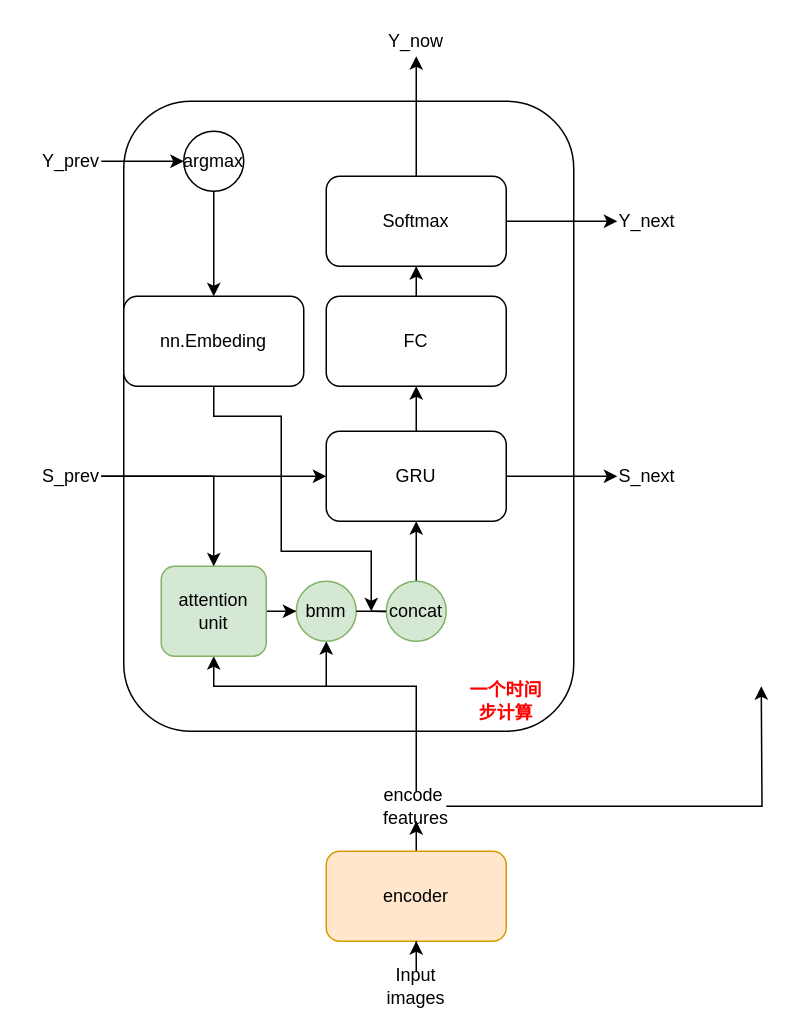
Above: aster&crnn... Diagram.drawio in yunfeiooo/draw.io (draw.io), before the change. Source tidied: cells renumbered, new cells numbered last; positions are measured from the earlier drawing's top-left corner, leaving out a move shared by most shapes. Both pictures are drawn from the tidied source at 150%, with x=0, y=0 at pixel (40, 26).
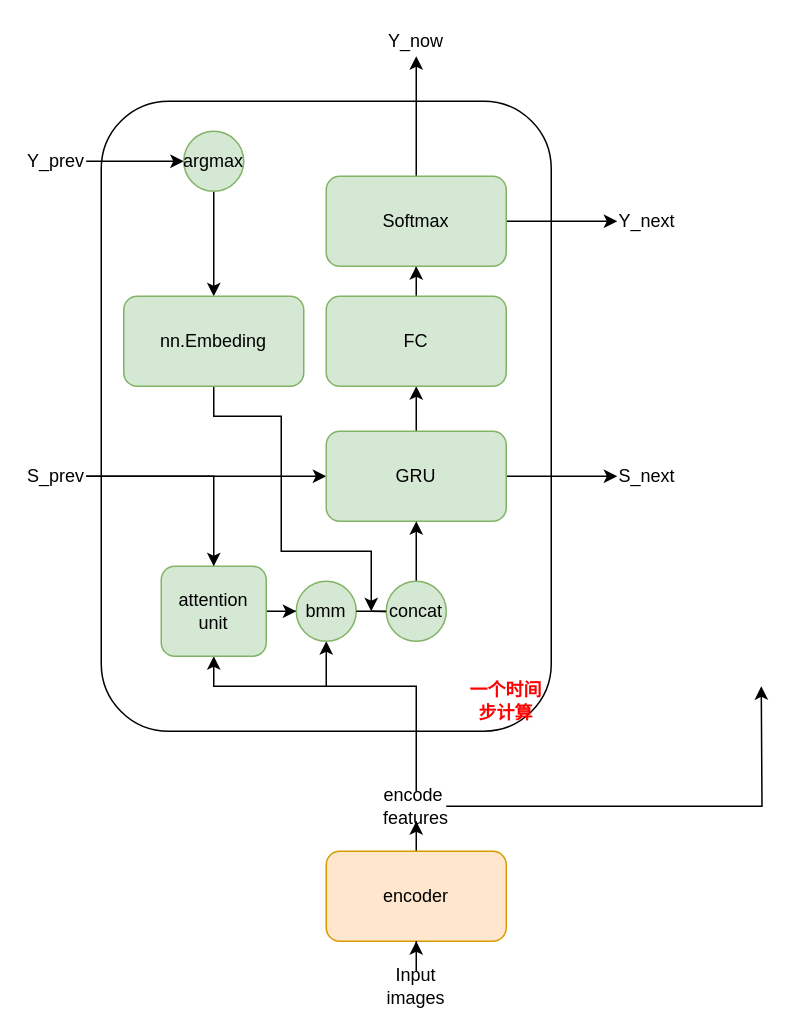
Above is the later version.

The edit, as a diff of the source:
```diff
@@
     <mxCell id="2" style="rounded=1;whiteSpace=wrap;html=1;" parent="1" vertex="1">
-      <mxGeometry x="55" y="50" width="300" height="420" as="geometry" />
+      <mxGeometry x="40" y="50" width="300" height="420" as="geometry" />
     </mxCell>
@@
     <mxCell id="15" value="S_prev" style="text;html=1;strokeColor=none;fillColor=none;align=center;verticalAlign=middle;whiteSpace=wrap;rounded=0;" parent="1" vertex="1">
-      <mxGeometry y="290" width="40" height="20" as="geometry" />
+      <mxGeometry x="-10" y="290" width="40" height="20" as="geometry" />
     </mxCell>
@@
-    <mxCell id="18" value="GRU" style="rounded=1;whiteSpace=wrap;html=1;" parent="1" vertex="1">
+    <mxCell id="18" value="GRU" style="rounded=1;whiteSpace=wrap;html=1;fillColor=#d5e8d4;strokeColor=#82b366;" parent="1" vertex="1">
       <mxGeometry x="190" y="270" width="120" height="60" as="geometry" />
     </mxCell>
@@
-    <mxCell id="24" value="FC" style="rounded=1;whiteSpace=wrap;html=1;" parent="1" vertex="1">
+    <mxCell id="24" value="FC" style="rounded=1;whiteSpace=wrap;html=1;fillColor=#d5e8d4;strokeColor=#82b366;" parent="1" vertex="1">
       <mxGeometry x="190" y="180" width="120" height="60" as="geometry" />
     </mxCell>
@@
-    <mxCell id="27" value="Softmax" style="rounded=1;whiteSpace=wrap;html=1;" parent="1" vertex="1">
+    <mxCell id="27" value="Softmax" style="rounded=1;whiteSpace=wrap;html=1;fillColor=#d5e8d4;strokeColor=#82b366;" parent="1" vertex="1">
       <mxGeometry x="190" y="100" width="120" height="60" as="geometry" />
     </mxCell>
@@
     <mxCell id="31" value="Y_prev" style="text;html=1;strokeColor=none;fillColor=none;align=center;verticalAlign=middle;whiteSpace=wrap;rounded=0;" parent="1" vertex="1">
-      <mxGeometry y="80" width="40" height="20" as="geometry" />
+      <mxGeometry x="-10" y="80" width="40" height="20" as="geometry" />
     </mxCell>
@@
-    <mxCell id="33" value="&lt;span&gt;argmax&lt;/span&gt;" style="ellipse;whiteSpace=wrap;html=1;" parent="1" vertex="1">
+    <mxCell id="33" value="&lt;span&gt;argmax&lt;/span&gt;" style="ellipse;whiteSpace=wrap;html=1;fillColor=#d5e8d4;strokeColor=#82b366;" parent="1" vertex="1">
       <mxGeometry x="95" y="70" width="40" height="40" as="geometry" />
     </mxCell>
@@
-    <mxCell id="35" value="nn.Embeding" style="rounded=1;whiteSpace=wrap;html=1;" parent="1" vertex="1">
+    <mxCell id="35" value="nn.Embeding" style="rounded=1;whiteSpace=wrap;html=1;fillColor=#d5e8d4;strokeColor=#82b366;" parent="1" vertex="1">
       <mxGeometry x="55" y="180" width="120" height="60" as="geometry" />
     </mxCell>
```
